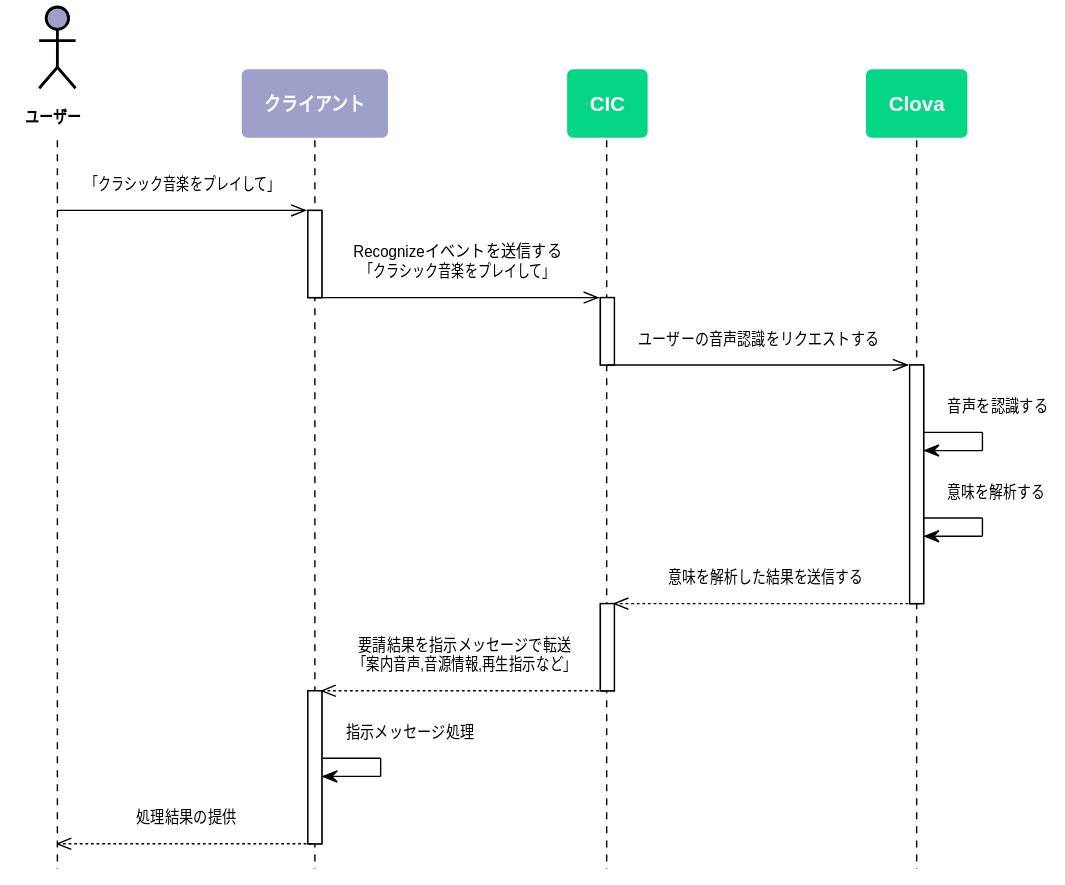
The PlantUML diagram ja-JP/Develop/Assets/Images/CIC_Interaction_Example_in_Sequence_Diagram.svg in muchokwon/clova-client-developer-guide, before a commit.
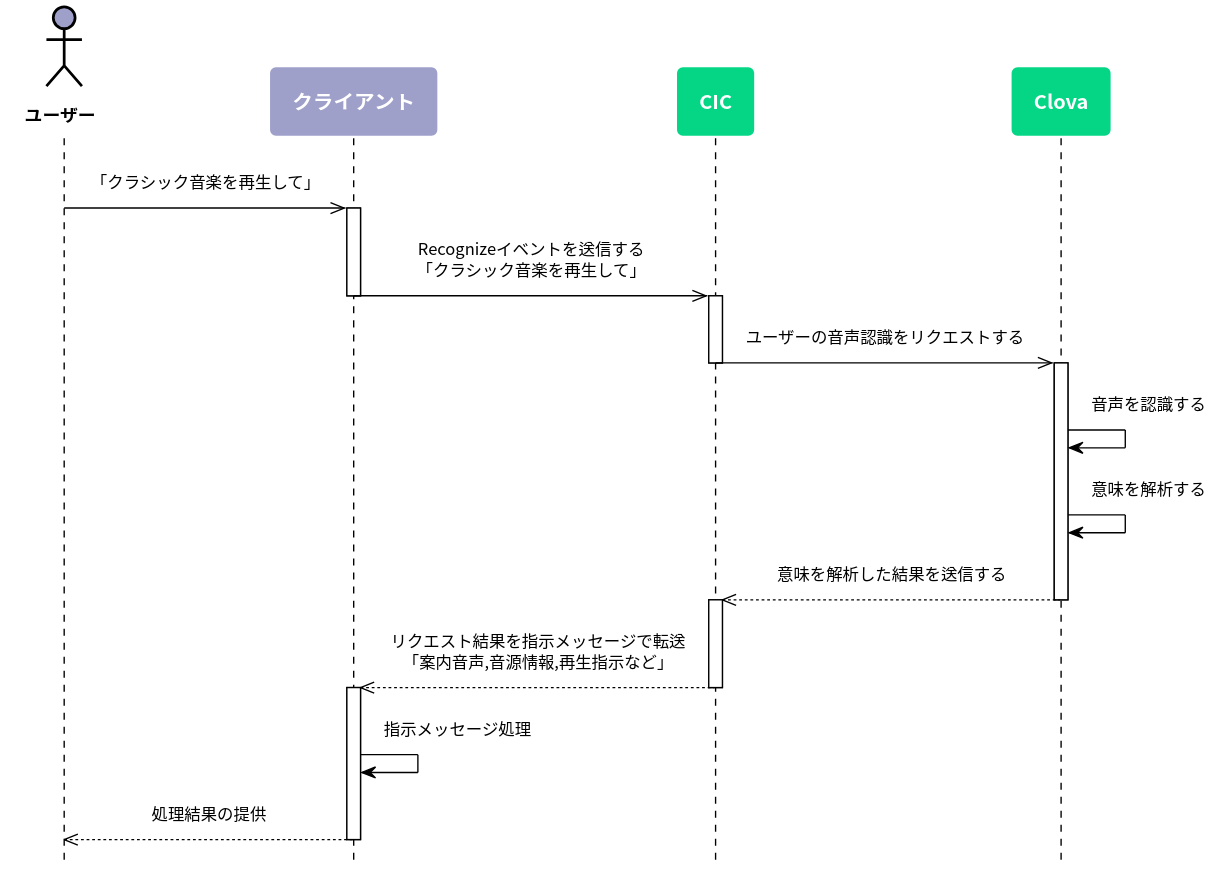
Later version of the same file.

Diff of the diagram source:
```diff
@@ -5,7 +5,7 @@
 skinparam roundcorner 10
 skinparam padding 10
 skinparam defaultFontSize 12
-skinparam defaultFontName "Malgun Gothic", sans-serif
+skinparam defaultFontName "Noto Sans CJK KR"
 
 skinparam note {
   BackgroundColor #9EA0CA
@@ -54,10 +54,10 @@
 participant CIC as cic #05D686
 participant Clova as clova #05D686
 
-user ->> client: 「クラシック音楽をプレイして」
+user ->> client: 「クラシック音楽を再生して」
 
 activate client
-  client ->> cic: Recognizeイベントを送信する\n「クラシック音楽をプレイして」
+  client ->> cic: Recognizeイベントを送信する\n「クラシック音楽を再生して」
 deactivate client
 
 activate  cic
@@ -73,7 +73,7 @@
 deactivate clova
 
 activate cic
-  cic -->> client: 要請結果を指示メッセージで転送\n「案内音声,音源情報,再生指示など」
+  cic -->> client: リクエスト結果を指示メッセージで転送\n「案内音声,音源情報,再生指示など」
 deactivate cic
 
 activate client
```
